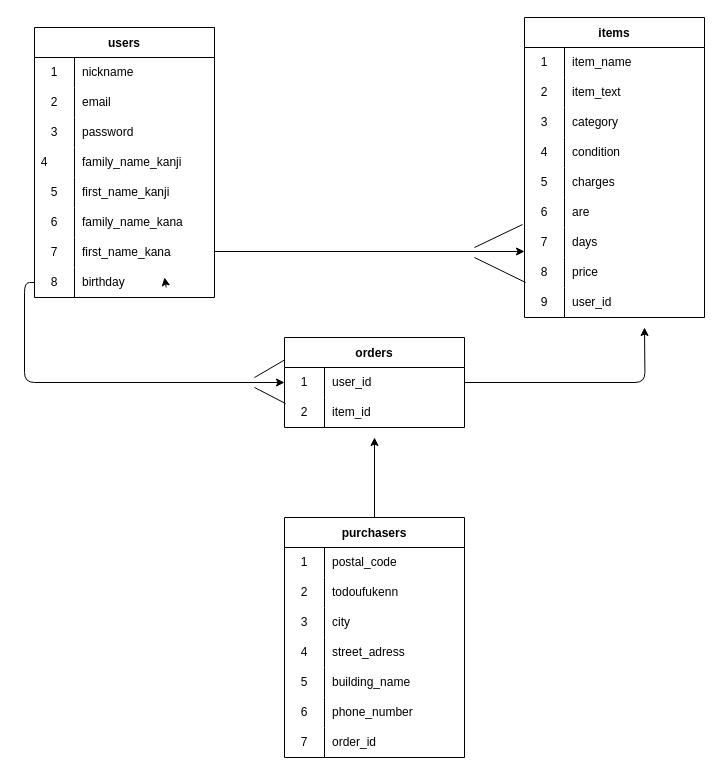
fugyomaru/furima-40732 keeps this draw.io diagram as furima.dio. Above is the earlier version. Source tidied: cells renumbered, new cells numbered last; positions are measured from the earlier drawing's top-left corner, leaving out a move shared by most shapes. Both pictures are drawn from the tidied source at 100%, with x=0, y=0 at pixel (34, 17).
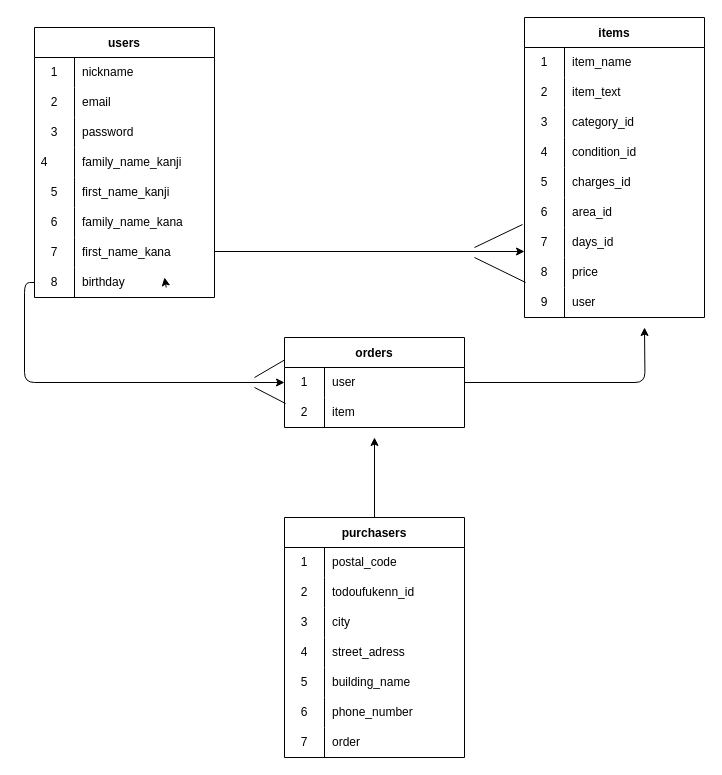
The same diagram, later.

Commit message (it also covers changes not shown here):
データベース設計 2

Unchanged cells that the change refers to:
```xml
<mxCell id="35" style="shape=tableRow;horizontal=0;startSize=0;swimlaneHead=0;swimlaneBody=0;top=0;left=0;bottom=0;right=0;fillColor=none;" parent="28" vertex="1">
  <mxGeometry y="90" width="180" height="30" as="geometry" />
</mxCell>
<mxCell id="38" style="shape=tableRow;horizontal=0;startSize=0;swimlaneHead=0;swimlaneBody=0;top=0;left=0;bottom=0;right=0;fillColor=none;" parent="28" vertex="1">
  <mxGeometry y="120" width="180" height="30" as="geometry" />
</mxCell>
<mxCell id="41" style="shape=tableRow;horizontal=0;startSize=0;swimlaneHead=0;swimlaneBody=0;top=0;left=0;bottom=0;right=0;fillColor=none;" parent="28" vertex="1">
  <mxGeometry y="150" width="180" height="30" as="geometry" />
</mxCell>
<mxCell id="44" style="shape=tableRow;horizontal=0;startSize=0;swimlaneHead=0;swimlaneBody=0;top=0;left=0;bottom=0;right=0;fillColor=none;" parent="28" vertex="1">
  <mxGeometry y="180" width="180" height="30" as="geometry" />
</mxCell>
<mxCell id="47" style="shape=tableRow;horizontal=0;startSize=0;swimlaneHead=0;swimlaneBody=0;top=0;left=0;bottom=0;right=0;fillColor=none;points=[[0,0.5],[1,0.5]];portConstraint=eastwest;" parent="28" vertex="1">
  <mxGeometry y="210" width="180" height="30" as="geometry" />
</mxCell>
<mxCell id="53" style="shape=tableRow;horizontal=0;startSize=0;swimlaneHead=0;swimlaneBody=0;top=0;left=0;bottom=0;right=0;fillColor=none;points=[[0,0.5],[1,0.5]];portConstraint=eastwest;" parent="28" vertex="1">
  <mxGeometry y="270" width="180" height="30" as="geometry" />
</mxCell>
<mxCell id="57" style="shape=tableRow;horizontal=0;startSize=0;swimlaneHead=0;swimlaneBody=0;top=0;left=0;bottom=0;right=0;fillColor=none;points=[[0,0.5],[1,0.5]];portConstraint=eastwest;" parent="56" vertex="1">
  <mxGeometry y="30" width="180" height="30" as="geometry" />
</mxCell>
<mxCell id="60" style="shape=tableRow;horizontal=0;startSize=0;swimlaneHead=0;swimlaneBody=0;top=0;left=0;bottom=0;right=0;fillColor=none;points=[[0,0.5],[1,0.5]];portConstraint=eastwest;" parent="56" vertex="1">
  <mxGeometry y="60" width="180" height="30" as="geometry" />
</mxCell>
<mxCell id="68" style="shape=tableRow;horizontal=0;startSize=0;swimlaneHead=0;swimlaneBody=0;top=0;left=0;bottom=0;right=0;fillColor=none;" parent="64" vertex="1">
  <mxGeometry y="60" width="180" height="30" as="geometry" />
</mxCell>
<mxCell id="83" style="shape=tableRow;horizontal=0;startSize=0;swimlaneHead=0;swimlaneBody=0;top=0;left=0;bottom=0;right=0;fillColor=none;" parent="64" vertex="1">
  <mxGeometry y="210" width="180" height="30" as="geometry" />
</mxCell>
```

Diff of the diagram source:
```diff
@@
-    <mxCell id="37" value="category" style="shape=partialRectangle;html=1;whiteSpace=wrap;fillColor=none;top=0;left=0;bottom=0;right=0;align=left;spacingLeft=6;overflow=hidden;" parent="35" vertex="1">
+    <mxCell id="37" value="category_id" style="shape=partialRectangle;html=1;whiteSpace=wrap;fillColor=none;top=0;left=0;bottom=0;right=0;align=left;spacingLeft=6;overflow=hidden;" parent="35" vertex="1">
       <mxGeometry x="40" width="140" height="30" as="geometry" />
     </mxCell>
@@
-    <mxCell id="40" value="condition" style="shape=partialRectangle;html=1;whiteSpace=wrap;fillColor=none;top=0;left=0;bottom=0;right=0;align=left;spacingLeft=6;overflow=hidden;" parent="38" vertex="1">
+    <mxCell id="40" value="condition_id" style="shape=partialRectangle;html=1;whiteSpace=wrap;fillColor=none;top=0;left=0;bottom=0;right=0;align=left;spacingLeft=6;overflow=hidden;" parent="38" vertex="1">
       <mxGeometry x="40" width="140" height="30" as="geometry" />
     </mxCell>
@@
-    <mxCell id="43" value="charges" style="shape=partialRectangle;html=1;whiteSpace=wrap;fillColor=none;top=0;left=0;bottom=0;right=0;align=left;spacingLeft=6;overflow=hidden;" parent="41" vertex="1">
+    <mxCell id="43" value="charges_id" style="shape=partialRectangle;html=1;whiteSpace=wrap;fillColor=none;top=0;left=0;bottom=0;right=0;align=left;spacingLeft=6;overflow=hidden;" parent="41" vertex="1">
       <mxGeometry x="40" width="140" height="30" as="geometry" />
     </mxCell>
@@
-    <mxCell id="46" value="are" style="shape=partialRectangle;html=1;whiteSpace=wrap;fillColor=none;top=0;left=0;bottom=0;right=0;align=left;spacingLeft=6;overflow=hidden;" parent="44" vertex="1">
+    <mxCell id="46" value="area_id" style="shape=partialRectangle;html=1;whiteSpace=wrap;fillColor=none;top=0;left=0;bottom=0;right=0;align=left;spacingLeft=6;overflow=hidden;" parent="44" vertex="1">
       <mxGeometry x="40" width="140" height="30" as="geometry" />
     </mxCell>
@@
-    <mxCell id="49" value="days" style="shape=partialRectangle;html=1;whiteSpace=wrap;fillColor=none;top=0;left=0;bottom=0;right=0;align=left;spacingLeft=6;overflow=hidden;" parent="47" vertex="1">
+    <mxCell id="49" value="days_id" style="shape=partialRectangle;html=1;whiteSpace=wrap;fillColor=none;top=0;left=0;bottom=0;right=0;align=left;spacingLeft=6;overflow=hidden;" parent="47" vertex="1">
       <mxGeometry x="40" width="140" height="30" as="geometry" />
     </mxCell>
@@
-    <mxCell id="55" value="user_id" style="shape=partialRectangle;html=1;whiteSpace=wrap;fillColor=none;top=0;left=0;bottom=0;right=0;align=left;spacingLeft=6;overflow=hidden;" parent="53" vertex="1">
+    <mxCell id="55" value="user" style="shape=partialRectangle;html=1;whiteSpace=wrap;fillColor=none;top=0;left=0;bottom=0;right=0;align=left;spacingLeft=6;overflow=hidden;" parent="53" vertex="1">
       <mxGeometry x="40" width="140" height="30" as="geometry" />
     </mxCell>
@@
-    <mxCell id="59" value="user_id" style="shape=partialRectangle;html=1;whiteSpace=wrap;fillColor=none;top=0;left=0;bottom=0;right=0;align=left;spacingLeft=6;overflow=hidden;" parent="57" vertex="1">
+    <mxCell id="59" value="user" style="shape=partialRectangle;html=1;whiteSpace=wrap;fillColor=none;top=0;left=0;bottom=0;right=0;align=left;spacingLeft=6;overflow=hidden;" parent="57" vertex="1">
       <mxGeometry x="40" width="140" height="30" as="geometry" />
     </mxCell>
@@
-    <mxCell id="62" value="item_id" style="shape=partialRectangle;html=1;whiteSpace=wrap;fillColor=none;top=0;left=0;bottom=0;right=0;align=left;spacingLeft=6;overflow=hidden;" parent="60" vertex="1">
+    <mxCell id="62" value="item" style="shape=partialRectangle;html=1;whiteSpace=wrap;fillColor=none;top=0;left=0;bottom=0;right=0;align=left;spacingLeft=6;overflow=hidden;" parent="60" vertex="1">
       <mxGeometry x="40" width="140" height="30" as="geometry" />
     </mxCell>
@@
-    <mxCell id="70" value="todoufukenn" style="shape=partialRectangle;html=1;whiteSpace=wrap;fillColor=none;top=0;left=0;bottom=0;right=0;align=left;spacingLeft=6;overflow=hidden;" parent="68" vertex="1">
+    <mxCell id="70" value="todoufukenn_id" style="shape=partialRectangle;html=1;whiteSpace=wrap;fillColor=none;top=0;left=0;bottom=0;right=0;align=left;spacingLeft=6;overflow=hidden;" parent="68" vertex="1">
       <mxGeometry x="40" width="140" height="30" as="geometry" />
     </mxCell>
@@
-    <mxCell id="85" value="order_id" style="shape=partialRectangle;html=1;whiteSpace=wrap;fillColor=none;top=0;left=0;bottom=0;right=0;align=left;spacingLeft=6;overflow=hidden;" parent="83" vertex="1">
+    <mxCell id="85" value="order" style="shape=partialRectangle;html=1;whiteSpace=wrap;fillColor=none;top=0;left=0;bottom=0;right=0;align=left;spacingLeft=6;overflow=hidden;" parent="83" vertex="1">
       <mxGeometry x="40" width="140" height="30" as="geometry" />
     </mxCell>
```
